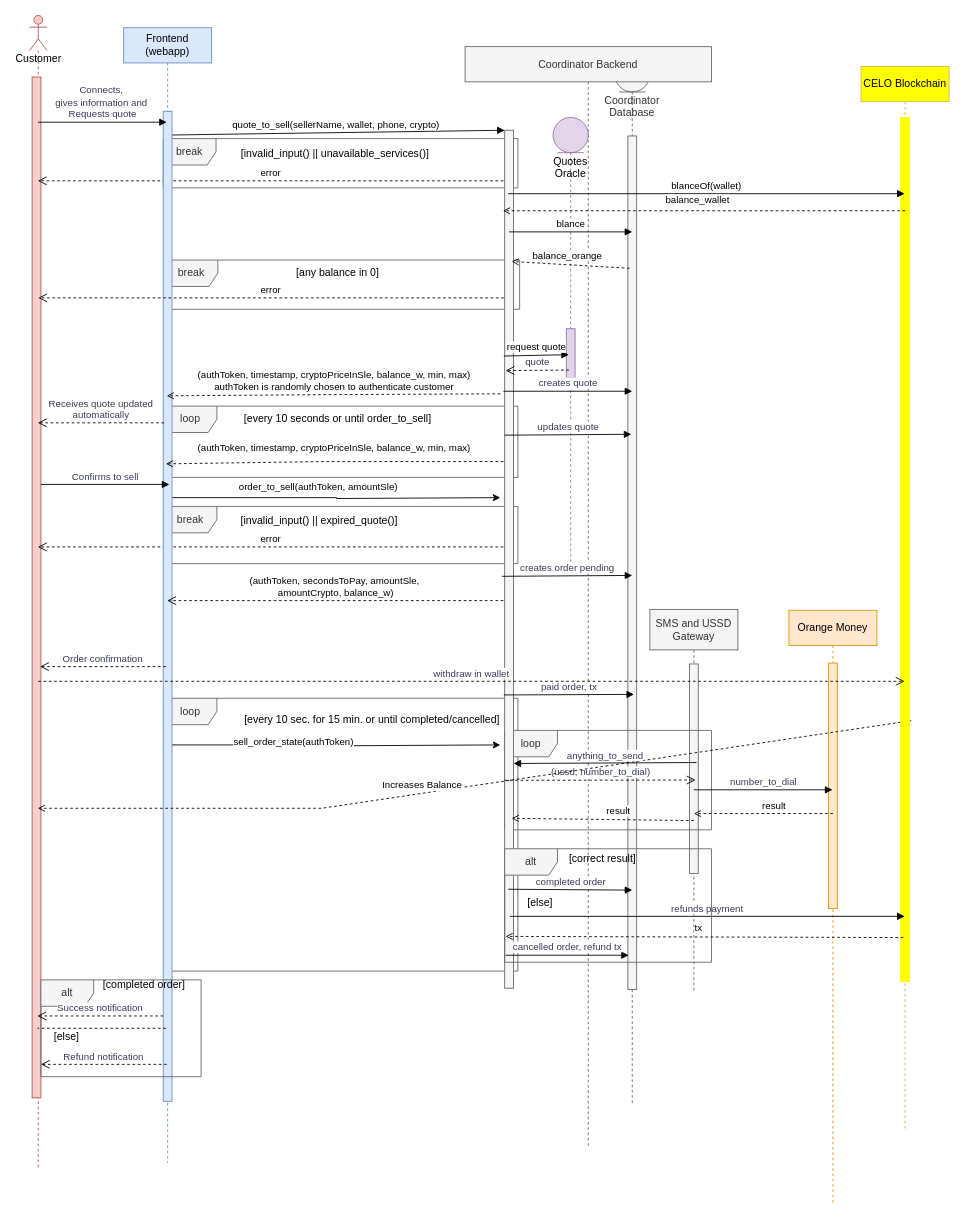
pasosdeJesus/stable-sl keeps this draw.io diagram as page "Sequence diagram" (1 of 2) of doc/img/seq_offramp.drawio. Above is the earlier version. Source tidied: cells renumbered, new cells numbered last; positions are measured from the earlier drawing's top-left corner, leaving out a move shared by most shapes. Both pictures are drawn from the tidied source at 88%, with x=0, y=0 at pixel (29, 15).
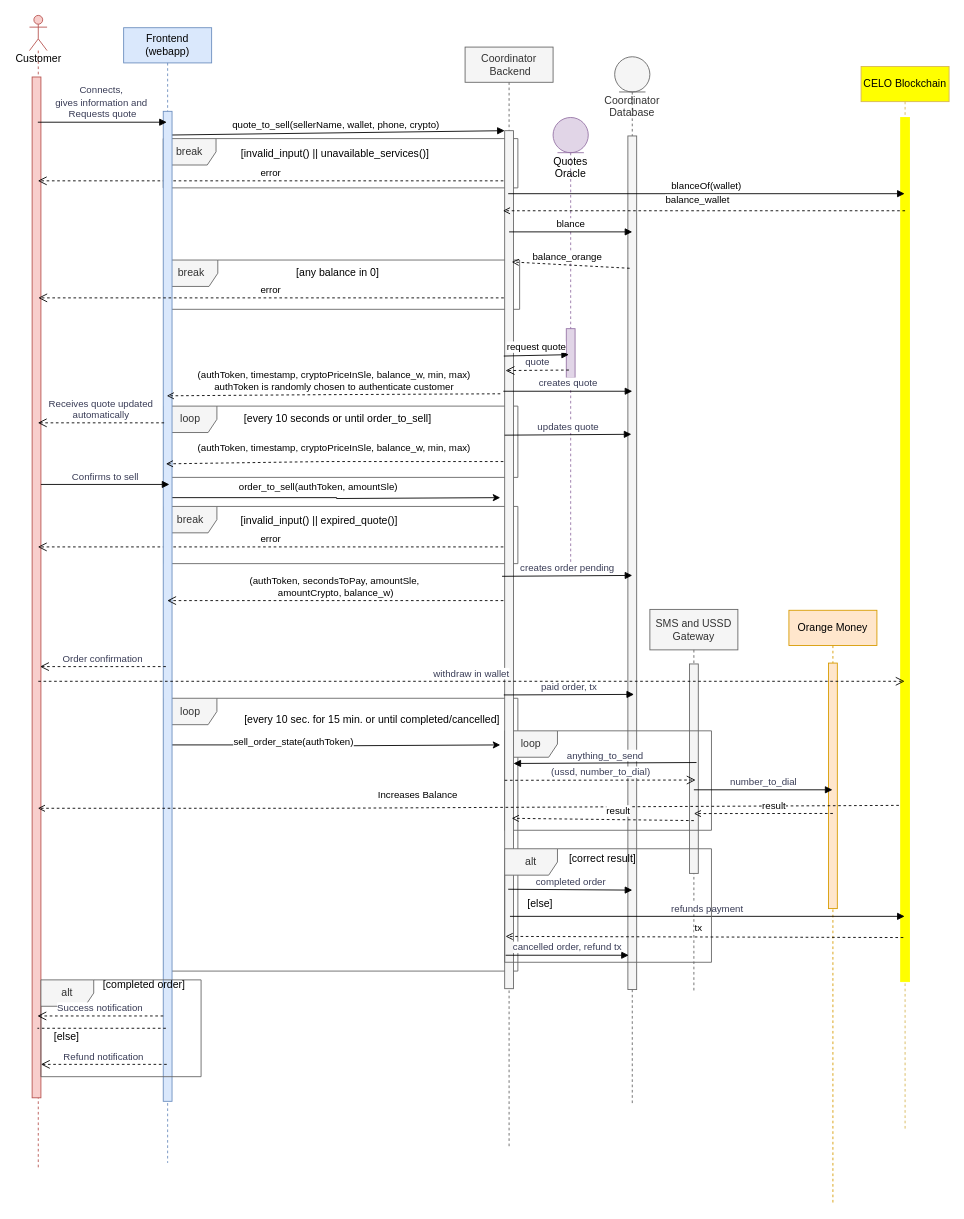
Above is the later version.

Unchanged cells that the change refers to:
```xml
<mxCell id="48" style="html=1;points=[];perimeter=orthogonalPerimeter;fillColor=#FFFF00;strokeColor=#FFFF00;" parent="47" vertex="1">
  <mxGeometry x="45" y="58" width="10" height="982" as="geometry" />
</mxCell>
```

The edit, as a diff of the source:
```diff
@@
-    <mxCell id="14" value="Coordinator Backend" style="shape=umlLifeline;perimeter=lifelinePerimeter;whiteSpace=wrap;html=1;fillColor=#f5f5f5;strokeColor=#666666;fontColor=#333333;" parent="1" vertex="1">
-      <mxGeometry x="495" y="35.5" width="280" height="1250" as="geometry" />
+    <mxCell id="14" value="Coordinator&lt;div&gt;&amp;nbsp;Backend&lt;/div&gt;" style="shape=umlLifeline;perimeter=lifelinePerimeter;whiteSpace=wrap;html=1;fillColor=#f5f5f5;strokeColor=#666666;fontColor=#333333;" parent="1" vertex="1">
+      <mxGeometry x="495" y="36" width="100" height="1249.5" as="geometry" />
     </mxCell>
@@
-    <mxCell id="45" style="edgeStyle=none;rounded=0;jettySize=auto;html=1;endArrow=open;endFill=0;dashed=1;exitX=1.2;exitY=0.698;exitDx=0;exitDy=0;exitPerimeter=0;" parent="1" edge="1" source="48">
+    <mxCell id="45" style="edgeStyle=none;rounded=0;jettySize=auto;html=1;endArrow=open;endFill=0;dashed=1;exitX=0.4;exitY=0.796;exitDx=0;exitDy=0;exitPerimeter=0;" parent="1" edge="1" source="48">
       <mxGeometry relative="1" as="geometry">
         <mxPoint x="9.5" y="901" as="targetPoint" />
         <Array as="points">
           <mxPoint x="332" y="901" />
         </Array>
       </mxGeometry>
     </mxCell>
```
